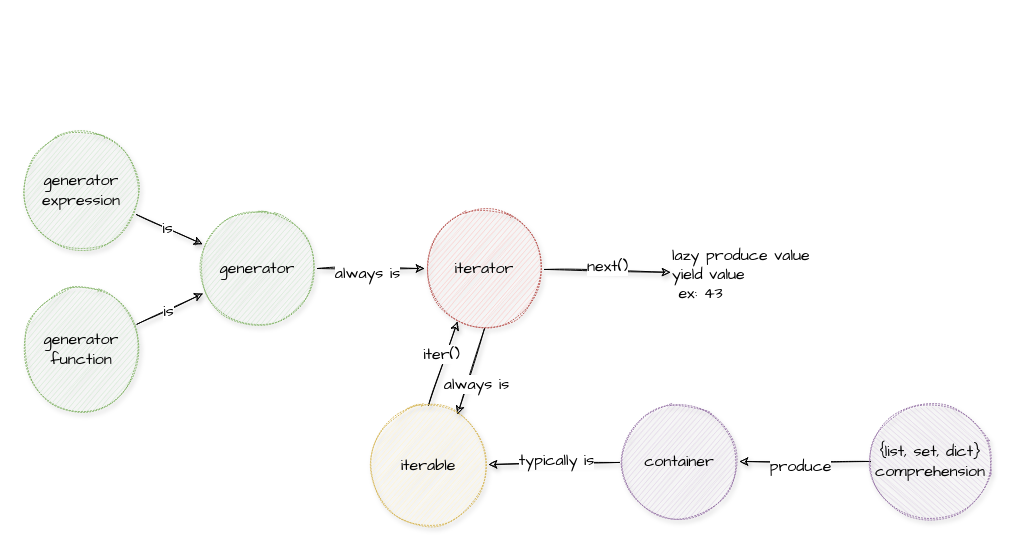
The draw.io diagram attach/iterator_generator.drawio in leo0961325/documentation-notes, before the edit. Source tidied: cells renumbered, new cells numbered last; positions are measured from the earlier drawing's top-left corner, leaving out a move shared by most shapes. Both pictures are drawn from the tidied source at 100%, with x=0, y=0 at pixel (21, 130).
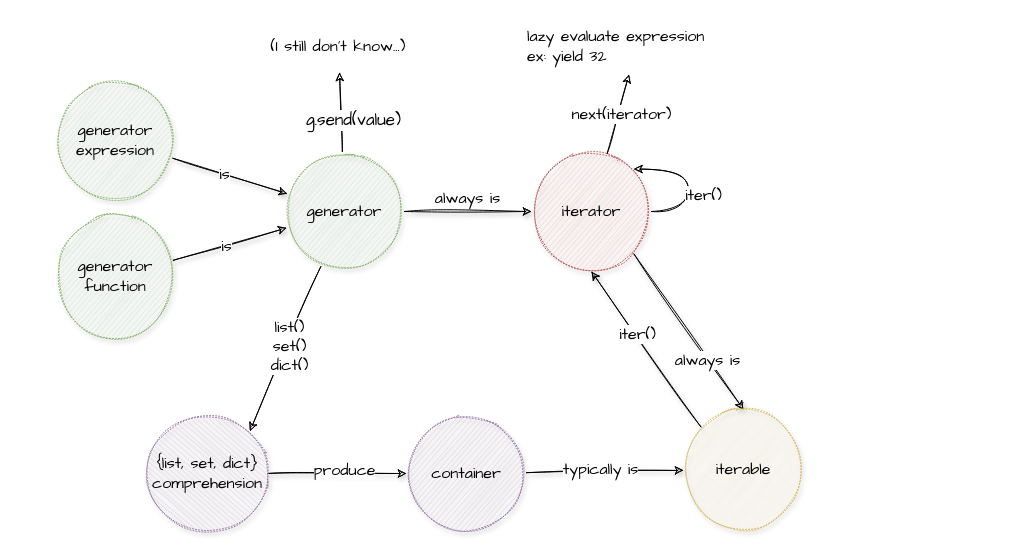
The same page after the edit.

Unchanged cells that the change refers to:
```xml
<mxCell id="2" style="edgeStyle=none;rounded=0;sketch=1;jettySize=auto;html=1;shadow=1;fontFamily=Comic Sans MS;fontSize=16;" parent="1" edge="1" source="4" target="15">
  <mxGeometry relative="1" as="geometry" />
</mxCell>
<mxCell id="23" style="edgeStyle=none;rounded=0;sketch=1;jettySize=auto;html=1;shadow=1;fontFamily=Comic Sans MS;fontSize=16;" parent="1" edge="1" source="25" target="18">
  <mxGeometry relative="1" as="geometry" />
</mxCell>
```

The edit, as a diff of the source:
```diff
@@
     <mxCell id="3" value="always is" style="edgeLabel;html=1;align=center;verticalAlign=middle;fontSize=16;fontFamily=Comic Sans MS;" parent="2" vertex="1">
-      <mxGeometry x="-0.09" y="-4" relative="1" as="geometry" />
+      <mxGeometry x="-0.09" y="-4" relative="1" as="geometry">
+        <mxPoint x="4" y="-18" as="offset" />
+      </mxGeometry>
     </mxCell>
+    <mxCell id="26" style="rounded=0;jettySize=auto;html=1;entryX=0;entryY=0;entryDx=0;entryDy=0;sketch=1;" parent="1" edge="1" source="4" target="22">
+      <mxGeometry relative="1" as="geometry" />
+    </mxCell>
+    <mxCell id="27" value="&lt;span style=&quot;font-size: 16px&quot;&gt;list()&lt;/span&gt;&lt;br style=&quot;font-size: 16px&quot;&gt;&lt;span style=&quot;font-size: 16px&quot;&gt;set()&lt;/span&gt;&lt;br style=&quot;font-size: 16px&quot;&gt;&lt;span style=&quot;font-size: 16px&quot;&gt;dict()&lt;/span&gt;" style="edgeLabel;html=1;align=center;verticalAlign=middle;fontFamily=Comic Sans MS;" parent="26" vertex="1">
+      <mxGeometry x="-0.04" y="2" relative="1" as="geometry" />
+    </mxCell>
+    <mxCell id="28" style="rounded=0;sketch=1;jettySize=auto;html=1;fontFamily=Comic Sans MS;" parent="1" edge="1" source="4">
+      <mxGeometry relative="1" as="geometry">
+        <mxPoint x="318" y="-58" as="targetPoint" />
+      </mxGeometry>
+    </mxCell>
+    <mxCell id="29" value="g.send(value)" style="edgeLabel;html=1;align=center;verticalAlign=middle;fontFamily=Comic Sans MS;fontSize=17;" parent="28" vertex="1">
+      <mxGeometry x="-0.35" y="-1" relative="1" as="geometry">
+        <mxPoint x="10.3" y="-6" as="offset" />
+      </mxGeometry>
+    </mxCell>
     <mxCell id="4" value="generator" style="ellipse;whiteSpace=wrap;html=1;sketch=1;shadow=1;fontFamily=Comic Sans MS;fontSize=16;dashed=1;dashPattern=1 2;fillColor=#d5e8d4;strokeColor=#82b366;" parent="1" vertex="1">
-      <mxGeometry x="176" y="78" width="120" height="120" as="geometry" />
+      <mxGeometry x="263" y="21" width="120" height="120" as="geometry" />
     </mxCell>
@@
     <mxCell id="7" value="generator expression" style="ellipse;whiteSpace=wrap;html=1;sketch=1;shadow=1;fontFamily=Comic Sans MS;fontSize=16;dashed=1;dashPattern=1 2;fillColor=#d5e8d4;strokeColor=#82b366;" parent="1" vertex="1">
-      <mxGeometry width="120" height="120" as="geometry" />
+      <mxGeometry x="34" y="-50" width="120" height="120" as="geometry" />
     </mxCell>
@@
     <mxCell id="10" value="generator function" style="ellipse;whiteSpace=wrap;html=1;sketch=1;shadow=1;fontFamily=Comic Sans MS;fontSize=16;dashed=1;dashPattern=1 2;fillColor=#d5e8d4;strokeColor=#82b366;" parent="1" vertex="1">
-      <mxGeometry y="159" width="120" height="120" as="geometry" />
+      <mxGeometry x="34" y="86" width="120" height="120" as="geometry" />
     </mxCell>
-    <mxCell id="11" style="edgeStyle=none;rounded=0;sketch=1;jettySize=auto;html=1;shadow=1;fontFamily=Comic Sans MS;fontSize=16;exitX=0.5;exitY=1;exitDx=0;exitDy=0;entryX=0.742;entryY=0.075;entryDx=0;entryDy=0;entryPerimeter=0;" parent="1" edge="1" source="15" target="18">
+    <mxCell id="11" style="edgeStyle=none;rounded=0;sketch=1;jettySize=auto;html=1;shadow=1;fontFamily=Comic Sans MS;fontSize=16;exitX=1;exitY=1;exitDx=0;exitDy=0;entryX=0.5;entryY=0;entryDx=0;entryDy=0;" parent="1" edge="1" source="15" target="18">
       <mxGeometry relative="1" as="geometry" />
     </mxCell>
     <mxCell id="12" value="always is" style="edgeLabel;html=1;align=center;verticalAlign=middle;fontSize=16;fontFamily=Comic Sans MS;" parent="11" vertex="1">
       <mxGeometry x="-0.07" y="4" relative="1" as="geometry">
-        <mxPoint y="13.9" as="offset" />
+        <mxPoint x="19.5" y="36.4" as="offset" />
       </mxGeometry>
     </mxCell>
-    <mxCell id="13" style="edgeStyle=none;rounded=0;sketch=1;jettySize=auto;html=1;shadow=1;fontFamily=Comic Sans MS;fontSize=16;" parent="1" edge="1" source="15" target="19">
+    <mxCell id="13" style="edgeStyle=none;rounded=0;sketch=1;jettySize=auto;html=1;shadow=0;fontFamily=Comic Sans MS;fontSize=16;entryX=0.5;entryY=1;entryDx=0;entryDy=0;" parent="1" edge="1" source="15" target="19">
       <mxGeometry relative="1" as="geometry" />
     </mxCell>
-    <mxCell id="14" value="next()" style="edgeLabel;html=1;align=center;verticalAlign=middle;fontSize=16;fontFamily=Comic Sans MS;" parent="13" vertex="1">
+    <mxCell id="14" value="next(iterator)" style="edgeLabel;html=1;align=center;verticalAlign=middle;fontSize=16;fontFamily=Comic Sans MS;" parent="13" vertex="1">
       <mxGeometry x="-0.28" y="4" relative="1" as="geometry">
-        <mxPoint x="17.8" y="-0.6" as="offset" />
+        <mxPoint x="9.7" y="-9.4" as="offset" />
       </mxGeometry>
     </mxCell>
+    <mxCell id="30" style="edgeStyle=orthogonalEdgeStyle;rounded=0;sketch=1;orthogonalLoop=1;jettySize=auto;html=1;curved=1;entryX=1;entryY=0;entryDx=0;entryDy=0;exitX=1;exitY=0.5;exitDx=0;exitDy=0;" parent="1" edge="1" source="15" target="15">
+      <mxGeometry relative="1" as="geometry">
+        <Array as="points">
+          <mxPoint x="667" y="81" />
+          <mxPoint x="667" y="39" />
+        </Array>
+      </mxGeometry>
+    </mxCell>
+    <mxCell id="31" value="&lt;font style=&quot;font-size: 16px&quot;&gt;iter()&lt;/font&gt;" style="edgeLabel;html=1;align=center;verticalAlign=middle;fontFamily=Comic Sans MS;" parent="30" vertex="1">
+      <mxGeometry x="-0.51" y="-4" relative="1" as="geometry">
+        <mxPoint x="18" y="-21" as="offset" />
+      </mxGeometry>
+    </mxCell>
     <mxCell id="15" value="iterator" style="ellipse;whiteSpace=wrap;html=1;sketch=1;shadow=1;fontFamily=Comic Sans MS;fontSize=16;dashed=1;dashPattern=1 2;fillColor=#f8cecc;strokeColor=#b85450;" parent="1" vertex="1">
-      <mxGeometry x="403" y="78" width="120" height="120" as="geometry" />
+      <mxGeometry x="510" y="21" width="120" height="120" as="geometry" />
     </mxCell>
-    <mxCell id="16" style="edgeStyle=none;rounded=0;sketch=1;jettySize=auto;html=1;shadow=1;fontFamily=Comic Sans MS;fontSize=16;entryX=0.275;entryY=0.942;entryDx=0;entryDy=0;exitX=0.5;exitY=0;exitDx=0;exitDy=0;entryPerimeter=0;" parent="1" edge="1" source="18" target="15">
+    <mxCell id="16" style="edgeStyle=none;rounded=0;sketch=1;jettySize=auto;html=1;shadow=1;fontFamily=Comic Sans MS;fontSize=16;entryX=0.5;entryY=1;entryDx=0;entryDy=0;exitX=0;exitY=0;exitDx=0;exitDy=0;" parent="1" edge="1" source="18" target="15">
       <mxGeometry relative="1" as="geometry" />
     </mxCell>
@@
     <mxCell id="18" value="iterable" style="ellipse;whiteSpace=wrap;html=1;sketch=1;shadow=1;fontFamily=Comic Sans MS;fontSize=16;dashed=1;dashPattern=1 2;fillColor=#fff2cc;strokeColor=#d6b656;" parent="1" vertex="1">
-      <mxGeometry x="347" y="275" width="120" height="120" as="geometry" />
+      <mxGeometry x="662" y="279" width="120" height="120" as="geometry" />
     </mxCell>
-    <mxCell id="19" value="lazy produce value&lt;br&gt;yield value&lt;br&gt;&amp;nbsp;ex:&amp;nbsp;43" style="text;html=1;strokeColor=none;fillColor=none;align=left;verticalAlign=middle;whiteSpace=wrap;rounded=0;sketch=1;fontFamily=Comic Sans MS;fontSize=16;shadow=0;" parent="1" vertex="1">
-      <mxGeometry x="649" y="115" width="158" height="57" as="geometry" />
+    <mxCell id="19" value="lazy evaluate expression&lt;br&gt;ex: yield 32" style="text;html=1;strokeColor=none;fillColor=none;align=left;verticalAlign=middle;whiteSpace=wrap;rounded=0;sketch=1;fontFamily=Comic Sans MS;fontSize=16;shadow=0;" parent="1" vertex="1">
+      <mxGeometry x="504" y="-113" width="207" height="57" as="geometry" />
     </mxCell>
@@
     <mxCell id="22" value="{list, set, dict} comprehension" style="ellipse;whiteSpace=wrap;html=1;sketch=1;shadow=1;fontFamily=Comic Sans MS;fontSize=16;dashed=1;dashPattern=1 2;fillColor=#e1d5e7;strokeColor=#9673a6;direction=south;" parent="1" vertex="1">
-      <mxGeometry x="849" y="271" width="120" height="120" as="geometry" />
+      <mxGeometry x="126" y="283" width="120" height="120" as="geometry" />
     </mxCell>
@@
     <mxCell id="24" value="typically is" style="edgeLabel;html=1;align=center;verticalAlign=middle;fontSize=16;fontFamily=Comic Sans MS;" parent="23" vertex="1">
       <mxGeometry x="0.22" y="-3" relative="1" as="geometry">
-        <mxPoint x="16.9" y="-0.5" as="offset" />
+        <mxPoint x="-23" y="-4.8" as="offset" />
       </mxGeometry>
     </mxCell>
     <mxCell id="25" value="container" style="ellipse;whiteSpace=wrap;html=1;sketch=1;shadow=1;fontFamily=Comic Sans MS;fontSize=16;dashed=1;dashPattern=1 2;fillColor=#e1d5e7;strokeColor=#9673a6;" parent="1" vertex="1">
-      <mxGeometry x="598" y="271" width="120" height="120" as="geometry" />
+      <mxGeometry x="385" y="283" width="120" height="120" as="geometry" />
     </mxCell>
+    <mxCell id="32" value="(I still don't know...)" style="text;html=1;strokeColor=none;fillColor=none;align=center;verticalAlign=middle;whiteSpace=wrap;rounded=0;fontFamily=Comic Sans MS;fontSize=16;" parent="1" vertex="1">
+      <mxGeometry x="238" y="-106" width="158" height="43" as="geometry" />
+    </mxCell>
```
